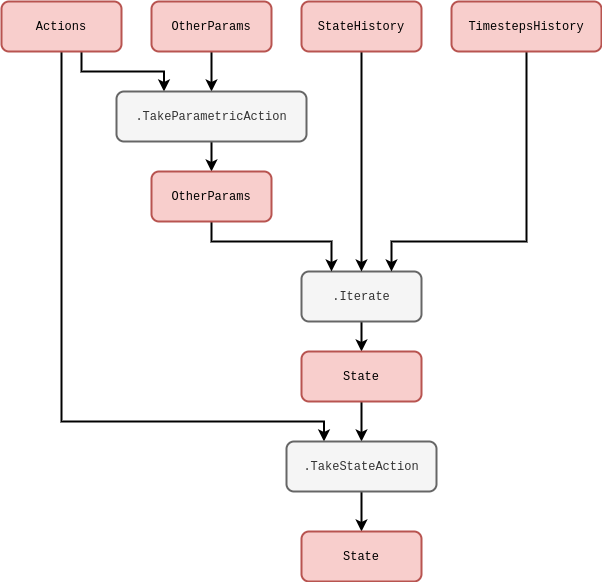
umbralcalc/worlds-of-observation keeps this draw.io diagram as images/chapter-9-iterations-with-actions.drawio.png. Above is the earlier version. Source tidied: cells renumbered, new cells last; positions are measured from the earlier drawing's top-left corner, leaving out a move shared by most shapes. Its diagram source:
```xml
<mxGraphModel>
  <root>
    <mxCell id="0" />
    <mxCell id="1" parent="0" />
    <mxCell id="2" style="edgeStyle=orthogonalEdgeStyle;rounded=0;jettySize=auto;html=1;strokeWidth=2;" parent="1" edge="1" source="3" target="16">
      <mxGeometry relative="1" as="geometry" />
    </mxCell>
    <mxCell id="3" value="&lt;font face=&quot;Courier New&quot;&gt;OtherParams&lt;/font&gt;" style="rounded=1;whiteSpace=wrap;html=1;strokeWidth=2;fillColor=#f8cecc;strokeColor=#b85450;" parent="1" vertex="1">
      <mxGeometry x="150" width="120" height="50" as="geometry" />
    </mxCell>
    <mxCell id="4" style="edgeStyle=orthogonalEdgeStyle;rounded=0;jettySize=auto;html=1;strokeWidth=2;" parent="1" edge="1" source="5" target="11">
      <mxGeometry relative="1" as="geometry" />
    </mxCell>
    <mxCell id="5" value="&lt;font face=&quot;Courier New&quot;&gt;.Iterate&lt;/font&gt;" style="rounded=1;whiteSpace=wrap;html=1;strokeWidth=2;fillColor=#f5f5f5;fontColor=#333333;strokeColor=#666666;" parent="1" vertex="1">
      <mxGeometry x="300" y="270" width="120" height="50" as="geometry" />
    </mxCell>
    <mxCell id="6" style="edgeStyle=orthogonalEdgeStyle;rounded=0;jettySize=auto;html=1;entryX=0.5;entryY=0;entryDx=0;entryDy=0;strokeWidth=2;" parent="1" edge="1" source="7" target="5">
      <mxGeometry relative="1" as="geometry" />
    </mxCell>
    <mxCell id="7" value="&lt;font face=&quot;Courier New&quot;&gt;StateHistory&lt;/font&gt;" style="rounded=1;whiteSpace=wrap;html=1;strokeWidth=2;fillColor=#f8cecc;strokeColor=#b85450;" parent="1" vertex="1">
      <mxGeometry x="300" width="120" height="50" as="geometry" />
    </mxCell>
    <mxCell id="8" style="edgeStyle=orthogonalEdgeStyle;rounded=0;jettySize=auto;html=1;entryX=0.75;entryY=0;entryDx=0;entryDy=0;strokeWidth=2;" parent="1" edge="1" source="9" target="5">
      <mxGeometry relative="1" as="geometry">
        <Array as="points">
          <mxPoint x="525" y="240" />
          <mxPoint x="390" y="240" />
        </Array>
      </mxGeometry>
    </mxCell>
    <mxCell id="9" value="&lt;font face=&quot;Courier New&quot;&gt;TimestepsHistory&lt;/font&gt;" style="rounded=1;whiteSpace=wrap;html=1;strokeWidth=2;fillColor=#f8cecc;strokeColor=#b85450;" parent="1" vertex="1">
      <mxGeometry x="450" width="150" height="50" as="geometry" />
    </mxCell>
    <mxCell id="10" style="edgeStyle=orthogonalEdgeStyle;rounded=0;jettySize=auto;html=1;strokeWidth=2;" parent="1" edge="1" source="11" target="18">
      <mxGeometry relative="1" as="geometry" />
    </mxCell>
    <mxCell id="11" value="&lt;font face=&quot;Courier New&quot;&gt;State&lt;/font&gt;" style="rounded=1;whiteSpace=wrap;html=1;strokeWidth=2;fillColor=#f8cecc;strokeColor=#b85450;" parent="1" vertex="1">
      <mxGeometry x="300" y="350" width="120" height="50" as="geometry" />
    </mxCell>
    <mxCell id="12" style="edgeStyle=orthogonalEdgeStyle;rounded=0;jettySize=auto;html=1;entryX=0.25;entryY=0;entryDx=0;entryDy=0;strokeWidth=2;" parent="1" edge="1" source="14" target="16">
      <mxGeometry relative="1" as="geometry">
        <Array as="points">
          <mxPoint x="80" y="70" />
          <mxPoint x="163" y="70" />
        </Array>
      </mxGeometry>
    </mxCell>
    <mxCell id="13" style="edgeStyle=orthogonalEdgeStyle;rounded=0;jettySize=auto;html=1;entryX=0.25;entryY=0;entryDx=0;entryDy=0;strokeWidth=2;" parent="1" edge="1" source="14" target="18">
      <mxGeometry relative="1" as="geometry">
        <Array as="points">
          <mxPoint x="60" y="420" />
          <mxPoint x="323" y="420" />
        </Array>
      </mxGeometry>
    </mxCell>
    <mxCell id="14" value="&lt;font face=&quot;Courier New&quot;&gt;Actions&lt;/font&gt;" style="rounded=1;whiteSpace=wrap;html=1;strokeWidth=2;fillColor=#f8cecc;strokeColor=#b85450;" parent="1" vertex="1">
      <mxGeometry width="120" height="50" as="geometry" />
    </mxCell>
    <mxCell id="15" style="edgeStyle=orthogonalEdgeStyle;rounded=0;jettySize=auto;html=1;strokeWidth=2;" parent="1" edge="1" source="16" target="21">
      <mxGeometry relative="1" as="geometry" />
    </mxCell>
    <mxCell id="16" value="&lt;font face=&quot;Courier New&quot;&gt;.TakeParametricAction&lt;/font&gt;" style="rounded=1;whiteSpace=wrap;html=1;strokeWidth=2;fillColor=#f5f5f5;fontColor=#333333;strokeColor=#666666;" parent="1" vertex="1">
      <mxGeometry x="115" y="90" width="190" height="50" as="geometry" />
    </mxCell>
    <mxCell id="17" style="edgeStyle=orthogonalEdgeStyle;rounded=0;jettySize=auto;html=1;strokeWidth=2;" parent="1" edge="1" source="18" target="19">
      <mxGeometry relative="1" as="geometry" />
    </mxCell>
    <mxCell id="18" value="&lt;font face=&quot;Courier New&quot;&gt;.TakeStateAction&lt;/font&gt;" style="rounded=1;whiteSpace=wrap;html=1;strokeWidth=2;fillColor=#f5f5f5;fontColor=#333333;strokeColor=#666666;" parent="1" vertex="1">
      <mxGeometry x="285" y="440" width="150" height="50" as="geometry" />
    </mxCell>
    <mxCell id="19" value="&lt;font face=&quot;Courier New&quot;&gt;State&lt;/font&gt;" style="rounded=1;whiteSpace=wrap;html=1;strokeWidth=2;fillColor=#f8cecc;strokeColor=#b85450;" parent="1" vertex="1">
      <mxGeometry x="300" y="530" width="120" height="50" as="geometry" />
    </mxCell>
    <mxCell id="20" style="edgeStyle=orthogonalEdgeStyle;rounded=0;jettySize=auto;html=1;entryX=0.25;entryY=0;entryDx=0;entryDy=0;strokeWidth=2;" parent="1" edge="1" source="21" target="5">
      <mxGeometry relative="1" as="geometry">
        <Array as="points">
          <mxPoint x="210" y="240" />
          <mxPoint x="330" y="240" />
        </Array>
      </mxGeometry>
    </mxCell>
    <mxCell id="21" value="&lt;font face=&quot;Courier New&quot;&gt;OtherParams&lt;/font&gt;" style="rounded=1;whiteSpace=wrap;html=1;strokeWidth=2;fillColor=#f8cecc;strokeColor=#b85450;" parent="1" vertex="1">
      <mxGeometry x="150" y="170" width="120" height="50" as="geometry" />
    </mxCell>
  </root>
</mxGraphModel>
```
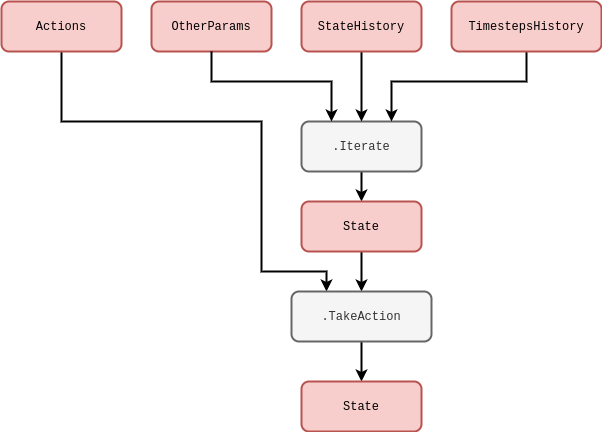
The same diagram one commit later.

The edit, as a diff of the source:
```diff
@@ -2,9 +2,6 @@
   <root>
     <mxCell id="0" />
     <mxCell id="1" parent="0" />
-    <mxCell id="2" style="edgeStyle=orthogonalEdgeStyle;rounded=0;jettySize=auto;html=1;strokeWidth=2;" parent="1" edge="1" source="3" target="16">
-      <mxGeometry relative="1" as="geometry" />
-    </mxCell>
     <mxCell id="3" value="&lt;font face=&quot;Courier New&quot;&gt;OtherParams&lt;/font&gt;" style="rounded=1;whiteSpace=wrap;html=1;strokeWidth=2;fillColor=#f8cecc;strokeColor=#b85450;" parent="1" vertex="1">
       <mxGeometry x="150" width="120" height="50" as="geometry" />
     </mxCell>
@@ -12,7 +9,7 @@
       <mxGeometry relative="1" as="geometry" />
     </mxCell>
     <mxCell id="5" value="&lt;font face=&quot;Courier New&quot;&gt;.Iterate&lt;/font&gt;" style="rounded=1;whiteSpace=wrap;html=1;strokeWidth=2;fillColor=#f5f5f5;fontColor=#333333;strokeColor=#666666;" parent="1" vertex="1">
-      <mxGeometry x="300" y="270" width="120" height="50" as="geometry" />
+      <mxGeometry x="300" y="120" width="120" height="50" as="geometry" />
     </mxCell>
     <mxCell id="6" style="edgeStyle=orthogonalEdgeStyle;rounded=0;jettySize=auto;html=1;entryX=0.5;entryY=0;entryDx=0;entryDy=0;strokeWidth=2;" parent="1" edge="1" source="7" target="5">
       <mxGeometry relative="1" as="geometry" />
@@ -23,8 +20,8 @@
     <mxCell id="8" style="edgeStyle=orthogonalEdgeStyle;rounded=0;jettySize=auto;html=1;entryX=0.75;entryY=0;entryDx=0;entryDy=0;strokeWidth=2;" parent="1" edge="1" source="9" target="5">
       <mxGeometry relative="1" as="geometry">
         <Array as="points">
-          <mxPoint x="525" y="240" />
-          <mxPoint x="390" y="240" />
+          <mxPoint x="525" y="80" />
+          <mxPoint x="390" y="80" />
         </Array>
       </mxGeometry>
     </mxCell>
@@ -35,52 +32,37 @@
       <mxGeometry relative="1" as="geometry" />
     </mxCell>
     <mxCell id="11" value="&lt;font face=&quot;Courier New&quot;&gt;State&lt;/font&gt;" style="rounded=1;whiteSpace=wrap;html=1;strokeWidth=2;fillColor=#f8cecc;strokeColor=#b85450;" parent="1" vertex="1">
-      <mxGeometry x="300" y="350" width="120" height="50" as="geometry" />
+      <mxGeometry x="300" y="200" width="120" height="50" as="geometry" />
     </mxCell>
-    <mxCell id="12" style="edgeStyle=orthogonalEdgeStyle;rounded=0;jettySize=auto;html=1;entryX=0.25;entryY=0;entryDx=0;entryDy=0;strokeWidth=2;" parent="1" edge="1" source="14" target="16">
-      <mxGeometry relative="1" as="geometry">
-        <Array as="points">
-          <mxPoint x="80" y="70" />
-          <mxPoint x="163" y="70" />
-        </Array>
-      </mxGeometry>
-    </mxCell>
     <mxCell id="13" style="edgeStyle=orthogonalEdgeStyle;rounded=0;jettySize=auto;html=1;entryX=0.25;entryY=0;entryDx=0;entryDy=0;strokeWidth=2;" parent="1" edge="1" source="14" target="18">
       <mxGeometry relative="1" as="geometry">
         <Array as="points">
-          <mxPoint x="60" y="420" />
-          <mxPoint x="323" y="420" />
+          <mxPoint x="60" y="120" />
+          <mxPoint x="260" y="120" />
+          <mxPoint x="260" y="270" />
+          <mxPoint x="325" y="270" />
         </Array>
       </mxGeometry>
     </mxCell>
     <mxCell id="14" value="&lt;font face=&quot;Courier New&quot;&gt;Actions&lt;/font&gt;" style="rounded=1;whiteSpace=wrap;html=1;strokeWidth=2;fillColor=#f8cecc;strokeColor=#b85450;" parent="1" vertex="1">
       <mxGeometry width="120" height="50" as="geometry" />
     </mxCell>
-    <mxCell id="15" style="edgeStyle=orthogonalEdgeStyle;rounded=0;jettySize=auto;html=1;strokeWidth=2;" parent="1" edge="1" source="16" target="21">
-      <mxGeometry relative="1" as="geometry" />
-    </mxCell>
-    <mxCell id="16" value="&lt;font face=&quot;Courier New&quot;&gt;.TakeParametricAction&lt;/font&gt;" style="rounded=1;whiteSpace=wrap;html=1;strokeWidth=2;fillColor=#f5f5f5;fontColor=#333333;strokeColor=#666666;" parent="1" vertex="1">
-      <mxGeometry x="115" y="90" width="190" height="50" as="geometry" />
-    </mxCell>
     <mxCell id="17" style="edgeStyle=orthogonalEdgeStyle;rounded=0;jettySize=auto;html=1;strokeWidth=2;" parent="1" edge="1" source="18" target="19">
       <mxGeometry relative="1" as="geometry" />
     </mxCell>
-    <mxCell id="18" value="&lt;font face=&quot;Courier New&quot;&gt;.TakeStateAction&lt;/font&gt;" style="rounded=1;whiteSpace=wrap;html=1;strokeWidth=2;fillColor=#f5f5f5;fontColor=#333333;strokeColor=#666666;" parent="1" vertex="1">
-      <mxGeometry x="285" y="440" width="150" height="50" as="geometry" />
+    <mxCell id="18" value="&lt;font face=&quot;Courier New&quot;&gt;.TakeAction&lt;/font&gt;" style="rounded=1;whiteSpace=wrap;html=1;strokeWidth=2;fillColor=#f5f5f5;fontColor=#333333;strokeColor=#666666;" parent="1" vertex="1">
+      <mxGeometry x="290" y="290" width="140" height="50" as="geometry" />
     </mxCell>
     <mxCell id="19" value="&lt;font face=&quot;Courier New&quot;&gt;State&lt;/font&gt;" style="rounded=1;whiteSpace=wrap;html=1;strokeWidth=2;fillColor=#f8cecc;strokeColor=#b85450;" parent="1" vertex="1">
-      <mxGeometry x="300" y="530" width="120" height="50" as="geometry" />
+      <mxGeometry x="300" y="380" width="120" height="50" as="geometry" />
     </mxCell>
-    <mxCell id="20" style="edgeStyle=orthogonalEdgeStyle;rounded=0;jettySize=auto;html=1;entryX=0.25;entryY=0;entryDx=0;entryDy=0;strokeWidth=2;" parent="1" edge="1" source="21" target="5">
+    <mxCell id="20" style="edgeStyle=orthogonalEdgeStyle;rounded=0;jettySize=auto;html=1;entryX=0.25;entryY=0;entryDx=0;entryDy=0;strokeWidth=2;exitX=0.5;exitY=1;exitDx=0;exitDy=0;" parent="1" edge="1" source="3" target="5">
       <mxGeometry relative="1" as="geometry">
         <Array as="points">
-          <mxPoint x="210" y="240" />
-          <mxPoint x="330" y="240" />
+          <mxPoint x="210" y="80" />
+          <mxPoint x="330" y="80" />
         </Array>
       </mxGeometry>
     </mxCell>
-    <mxCell id="21" value="&lt;font face=&quot;Courier New&quot;&gt;OtherParams&lt;/font&gt;" style="rounded=1;whiteSpace=wrap;html=1;strokeWidth=2;fillColor=#f8cecc;strokeColor=#b85450;" parent="1" vertex="1">
-      <mxGeometry x="150" y="170" width="120" height="50" as="geometry" />
-    </mxCell>
   </root>
 </mxGraphModel>
```
